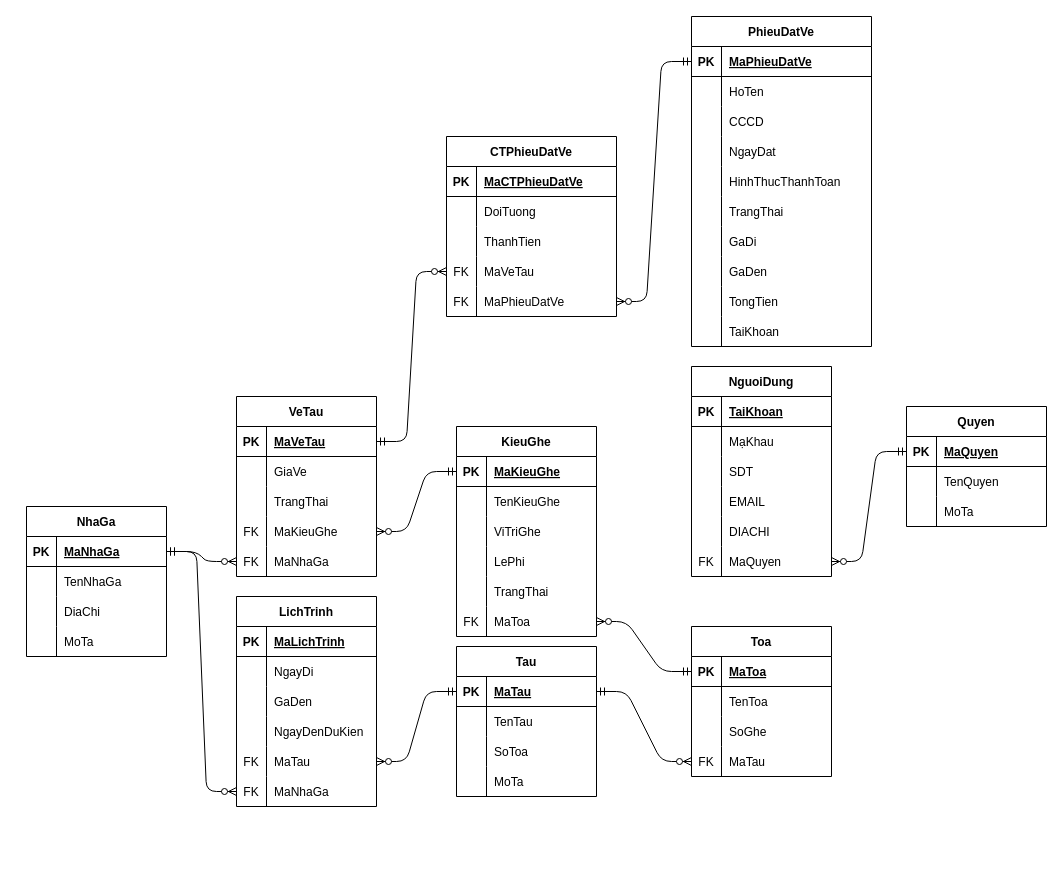
Earlier version of the draw.io diagram Requirement/ERD.drawio (phanvandinh99/Book_Train_Tickets). Source tidied: cells renumbered, new cells numbered last; positions are measured from the earlier drawing's top-left corner, leaving out a move shared by most shapes. Both pictures are drawn from the tidied source at 100%, with x=0, y=0 at pixel (26, 16).
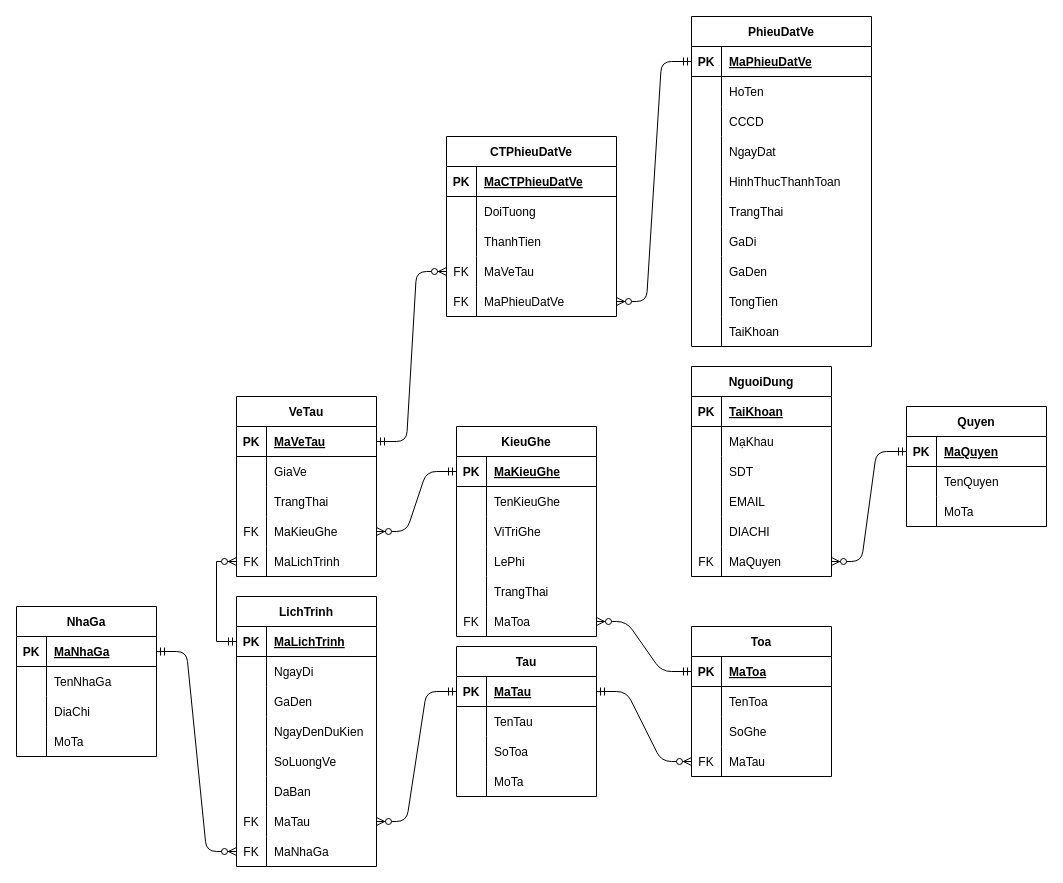
The same page after the edit.

Unchanged cells that the change refers to:
```xml
<mxCell id="44" style="shape=partialRectangle;fillColor=none;top=0;left=0;bottom=0;right=0;points=[[0,0.5],[1,0.5]];portConstraint=eastwest;" parent="31" vertex="1">
  <mxGeometry y="150" width="140" height="30" as="geometry" />
</mxCell>
<mxCell id="61" style="shape=partialRectangle;fillColor=none;top=0;left=0;bottom=1;right=0;points=[[0,0.5],[1,0.5]];portConstraint=eastwest;" parent="60" vertex="1">
  <mxGeometry y="30" width="140" height="30" as="geometry" />
</mxCell>
<mxCell id="74" style="shape=partialRectangle;fillColor=none;top=0;left=0;bottom=1;right=0;points=[[0,0.5],[1,0.5]];portConstraint=eastwest;" parent="73" vertex="1">
  <mxGeometry y="30" width="140" height="30" as="geometry" />
</mxCell>
```

Change to the diagram source:
```diff
@@
-    <mxCell id="46" value="MaNhaGa" style="shape=partialRectangle;fillColor=none;top=0;left=0;bottom=0;right=0;align=left;spacingLeft=6;overflow=hidden;" parent="44" vertex="1">
+    <mxCell id="46" value="MaLichTrinh" style="shape=partialRectangle;fillColor=none;top=0;left=0;bottom=0;right=0;align=left;spacingLeft=6;overflow=hidden;" parent="44" vertex="1">
       <mxGeometry x="30" width="110" height="30" as="geometry" />
     </mxCell>
@@
     <mxCell id="60" value="NhaGa" style="shape=table;startSize=30;childLayout=tableLayout;rowLines=0;fontStyle=1;align=center;" parent="1" vertex="1">
-      <mxGeometry y="490" width="140" height="150" as="geometry" />
+      <mxGeometry x="-10" y="590" width="140" height="150" as="geometry" />
     </mxCell>
@@
     <mxCell id="73" value="LichTrinh" style="shape=table;startSize=30;childLayout=tableLayout;rowLines=0;fontStyle=1;align=center;" parent="1" vertex="1">
-      <mxGeometry x="210" y="580" width="140" height="210" as="geometry" />
+      <mxGeometry x="210" y="580" width="140" height="270" as="geometry" />
     </mxCell>
@@
+    <mxCell id="180" style="shape=partialRectangle;fillColor=none;top=0;left=0;bottom=0;right=0;" parent="73" vertex="1">
+      <mxGeometry y="120" width="140" height="30" as="geometry" />
+    </mxCell>
+    <mxCell id="181" style="shape=partialRectangle;fillColor=none;top=0;left=0;bottom=0;right=0;overflow=hidden;" parent="180" vertex="1">
+      <mxGeometry width="30" height="30" as="geometry" />
+    </mxCell>
+    <mxCell id="182" value="NgayDenDuKien" style="shape=partialRectangle;fillColor=none;top=0;left=0;bottom=0;right=0;align=left;spacingLeft=6;overflow=hidden;" parent="180" vertex="1">
+      <mxGeometry x="30" width="110" height="30" as="geometry" />
+    </mxCell>
+    <mxCell id="183" style="shape=partialRectangle;fillColor=none;top=0;left=0;bottom=0;right=0;" parent="73" vertex="1">
+      <mxGeometry y="150" width="140" height="30" as="geometry" />
+    </mxCell>
+    <mxCell id="184" style="shape=partialRectangle;fillColor=none;top=0;left=0;bottom=0;right=0;overflow=hidden;" parent="183" vertex="1">
+      <mxGeometry width="30" height="30" as="geometry" />
+    </mxCell>
+    <mxCell id="185" value="SoLuongVe" style="shape=partialRectangle;fillColor=none;top=0;left=0;bottom=0;right=0;align=left;spacingLeft=6;overflow=hidden;" parent="183" vertex="1">
+      <mxGeometry x="30" width="110" height="30" as="geometry" />
+    </mxCell>
     <mxCell id="83" style="shape=partialRectangle;fillColor=none;top=0;left=0;bottom=0;right=0;" parent="73" vertex="1">
-      <mxGeometry y="120" width="140" height="30" as="geometry" />
+      <mxGeometry y="180" width="140" height="30" as="geometry" />
     </mxCell>
@@
-    <mxCell id="85" value="NgayDenDuKien" style="shape=partialRectangle;fillColor=none;top=0;left=0;bottom=0;right=0;align=left;spacingLeft=6;overflow=hidden;" parent="83" vertex="1">
+    <mxCell id="85" value="DaBan" style="shape=partialRectangle;fillColor=none;top=0;left=0;bottom=0;right=0;align=left;spacingLeft=6;overflow=hidden;" parent="83" vertex="1">
       <mxGeometry x="30" width="110" height="30" as="geometry" />
     </mxCell>
     <mxCell id="86" style="shape=partialRectangle;fillColor=none;top=0;left=0;bottom=0;right=0;points=[[0,0.5],[1,0.5]];portConstraint=eastwest;" parent="73" vertex="1">
-      <mxGeometry y="150" width="140" height="30" as="geometry" />
+      <mxGeometry y="210" width="140" height="30" as="geometry" />
     </mxCell>
@@
     <mxCell id="89" style="shape=partialRectangle;fillColor=none;top=0;left=0;bottom=0;right=0;points=[[0,0.5],[1,0.5]];portConstraint=eastwest;" parent="73" vertex="1">
-      <mxGeometry y="180" width="140" height="30" as="geometry" />
+      <mxGeometry y="240" width="140" height="30" as="geometry" />
     </mxCell>
@@
-    <mxCell id="94" style="edgeStyle=entityRelationEdgeStyle;fontSize=12;html=1;endArrow=ERzeroToMany;startArrow=ERmandOne;exitX=1;exitY=0.5;exitDx=0;exitDy=0;" parent="1" edge="1" source="61" target="44">
-      <mxGeometry relative="1" as="geometry" />
-    </mxCell>
@@
+    <mxCell id="186" style="edgeStyle=orthogonalEdgeStyle;rounded=0;jettySize=auto;html=1;entryX=0;entryY=0.5;entryDx=0;entryDy=0;endArrow=ERzeroToMany;endFill=1;startArrow=ERmandOne;startFill=0;" parent="1" edge="1" source="74" target="44">
+      <mxGeometry relative="1" as="geometry" />
+    </mxCell>
```
